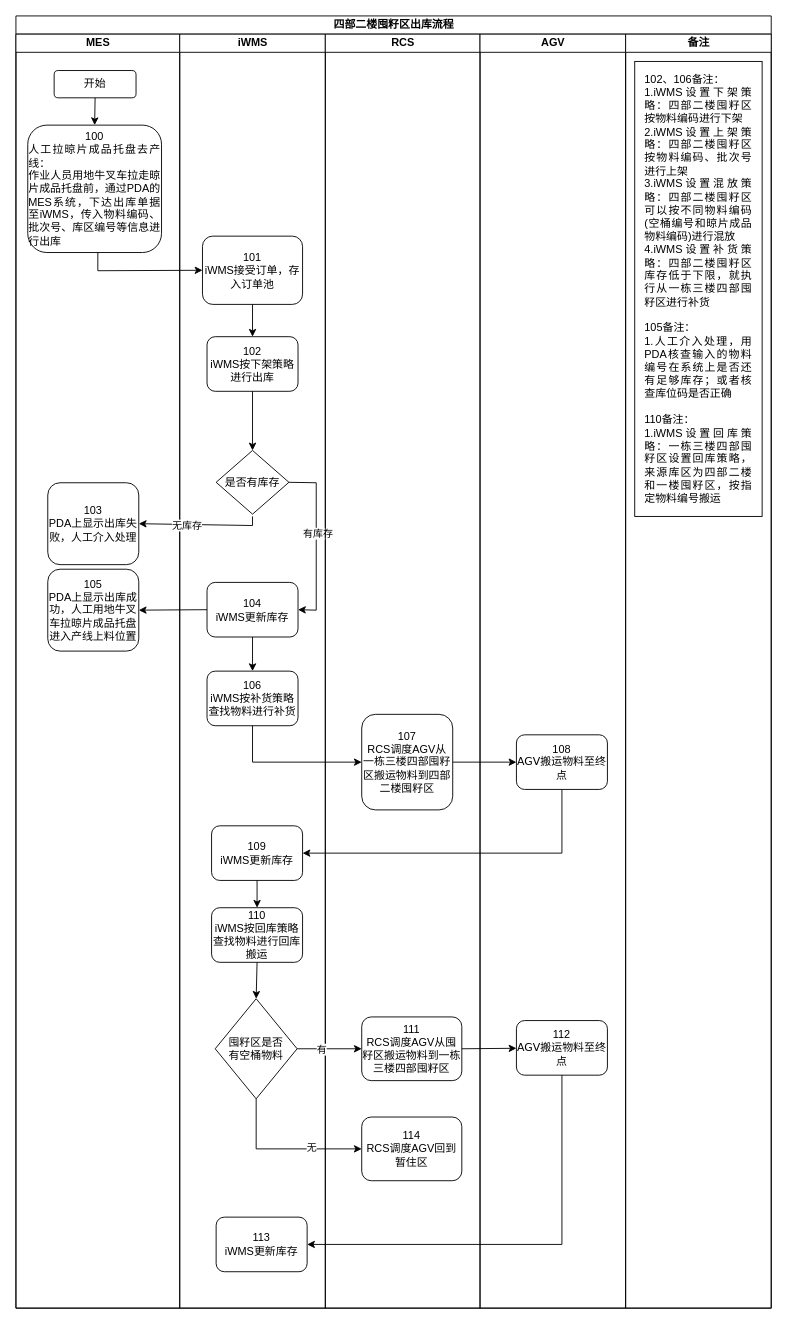
The draw.io diagram page "四部二楼囤籽区出库流程" (10 of 18) of data/伍子醉-无MES业务流程图.drawio in chenyanxi/hosts, before the edit. Source tidied: cells renumbered, new cells numbered last; positions are measured from the earlier drawing's top-left corner, leaving out a move shared by most shapes. Both pictures are drawn from the tidied source at 91%, with x=0, y=0 at pixel (15, 15).
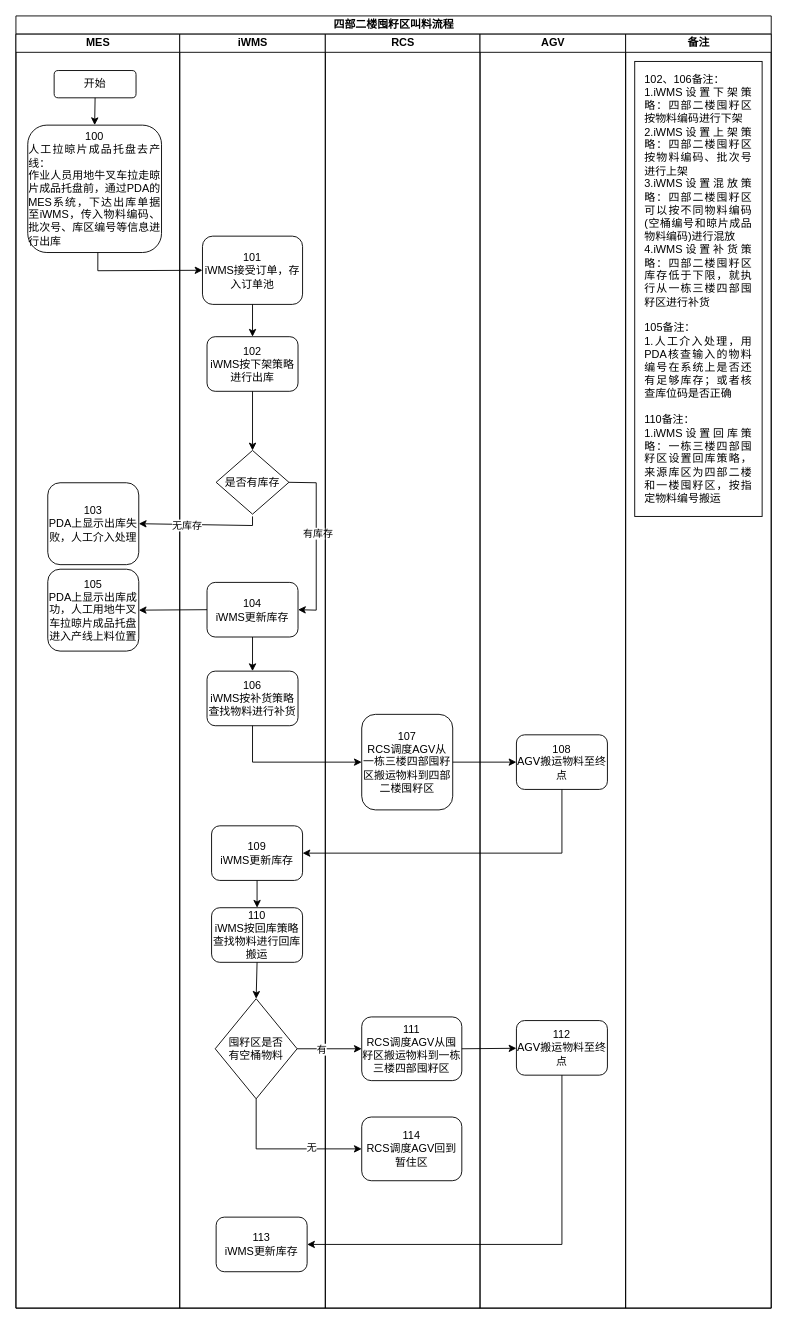
After the change.

What changed in the source:
```diff
@@
-    <mxCell id="2" value="&lt;font style=&quot;font-size: 12px;&quot;&gt;四部二楼囤籽区出库流程&lt;/font&gt;" style="swimlane;html=1;startSize=20;rounded=0;shadow=0;labelBackgroundColor=none;strokeWidth=1;fontFamily=Verdana;fontSize=8;align=center;" parent="1" vertex="1">
+    <mxCell id="2" value="&lt;font style=&quot;font-size: 12px;&quot;&gt;四部二楼囤籽区叫料流程&lt;/font&gt;" style="swimlane;html=1;startSize=20;rounded=0;shadow=0;labelBackgroundColor=none;strokeWidth=1;fontFamily=Verdana;fontSize=8;align=center;" parent="1" vertex="1">
       <mxGeometry width="830" height="1420" as="geometry" />
     </mxCell>
```
